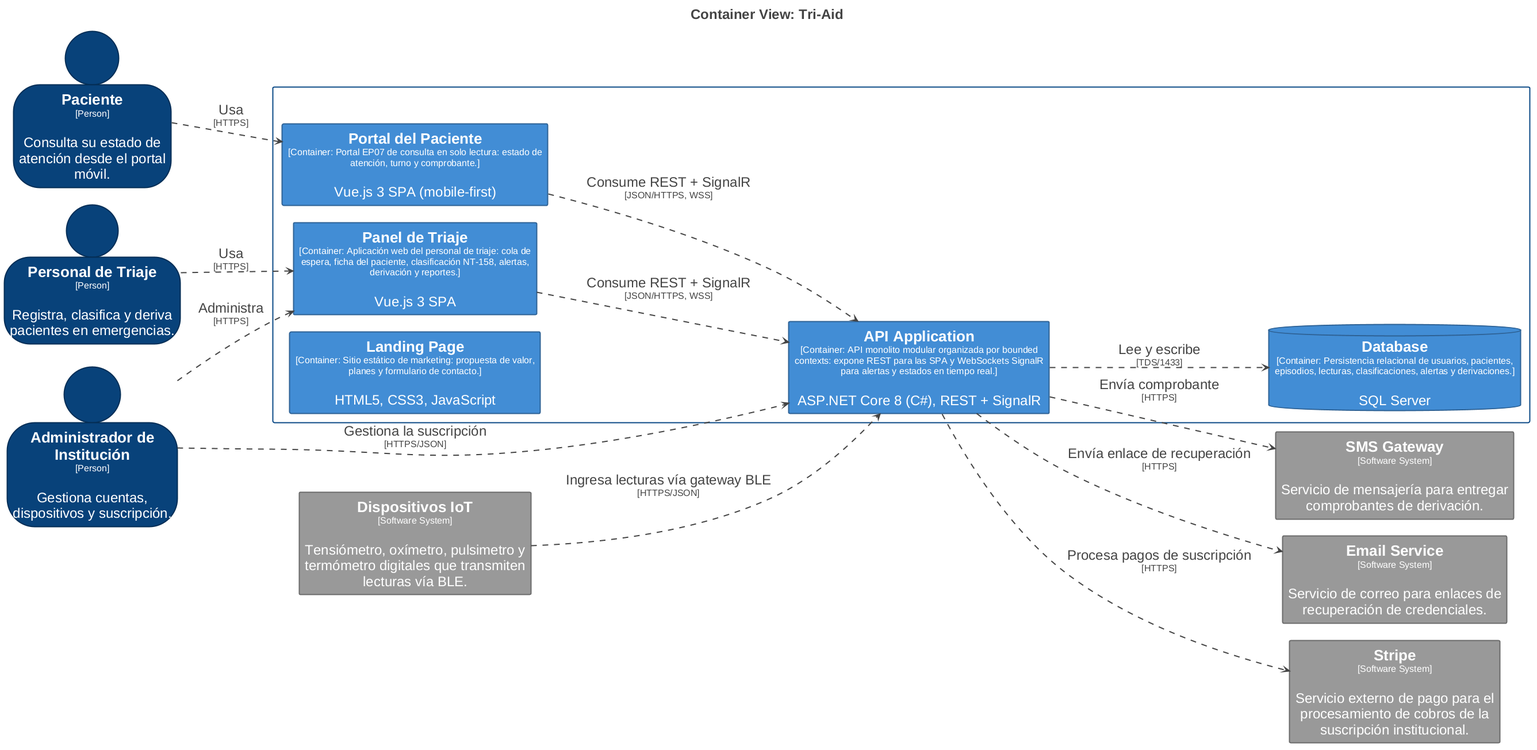
This is report/assets/c4_diagrams/Diagrama_Contenedores_TriAid.png from upc-pre-1ASI0730-2620-8155-SoliDevs/project-report, a PlantUML export, as it was before one commit.
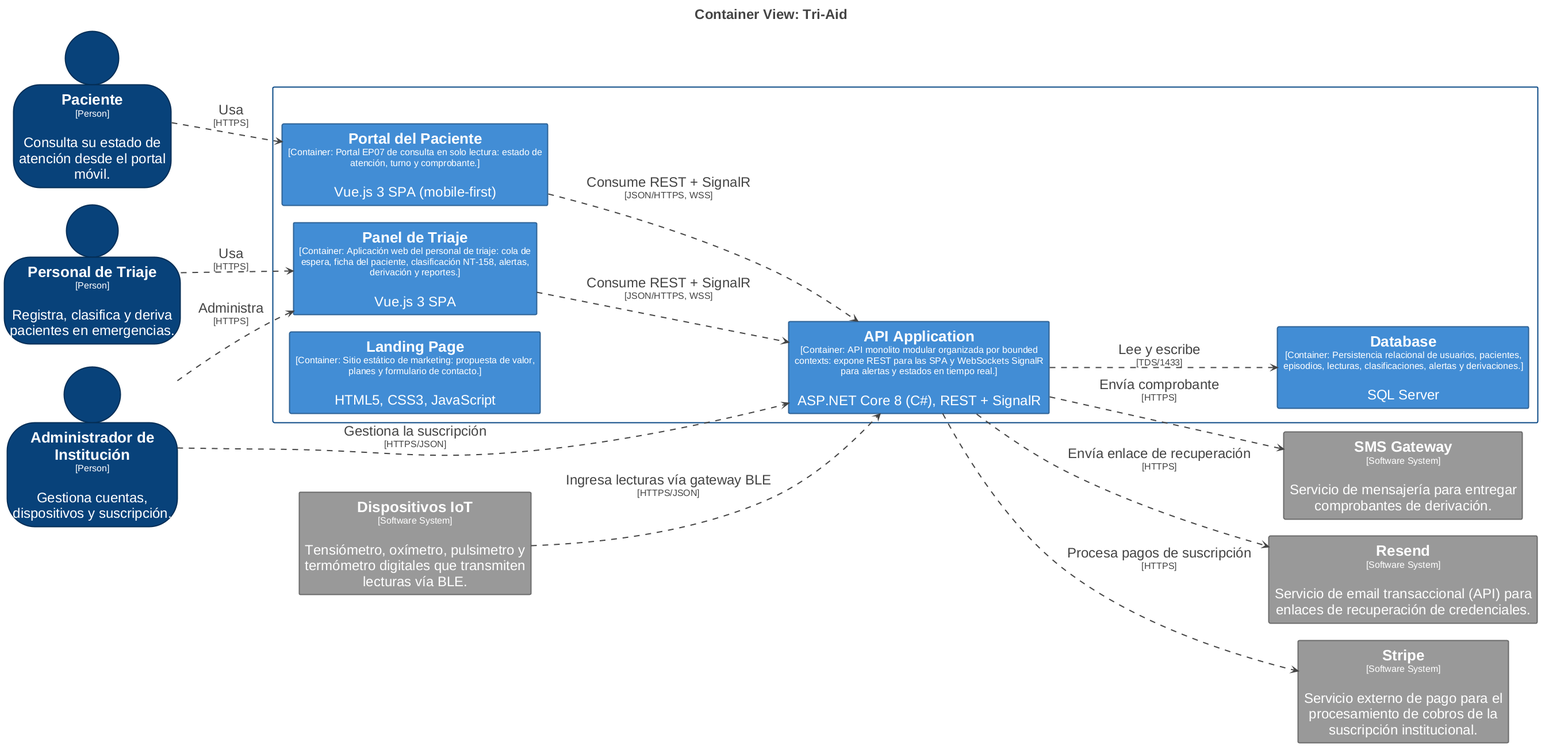
After the commit.

Commit message:
feat(c4): replace generic Email Service with Resend as transactional email provider

Diff of the diagram source:
```diff
@@ -74,14 +74,14 @@
 person "==Administrador de Institución\n<size:16>[Person]</size>\n\nGestiona cuentas, dispositivos y suscripción." <<Element-RWxlbWVudCxQZXJzb24=>> as AdministradordeInstitución
 rectangle "==Dispositivos IoT\n<size:16>[Software System]</size>\n\nTensiómetro, oxímetro, pulsimetro y termómetro digitales que transmiten lecturas vía BLE." <<Element-RWxlbWVudCxTb2Z0d2FyZSBTeXN0ZW0sRXh0ZXJuYWwgU3lzdGVt>> as DispositivosIoT
 rectangle "==SMS Gateway\n<size:16>[Software System]</size>\n\nServicio de mensajería para entregar comprobantes de derivación." <<Element-RWxlbWVudCxTb2Z0d2FyZSBTeXN0ZW0sRXh0ZXJuYWwgU3lzdGVt>> as SMSGateway
-rectangle "==Email Service\n<size:16>[Software System]</size>\n\nServicio de correo para enlaces de recuperación de credenciales." <<Element-RWxlbWVudCxTb2Z0d2FyZSBTeXN0ZW0sRXh0ZXJuYWwgU3lzdGVt>> as EmailService
+rectangle "==Resend\n<size:16>[Software System]</size>\n\nServicio de email transaccional (API) para enlaces de recuperación de credenciales." <<Element-RWxlbWVudCxTb2Z0d2FyZSBTeXN0ZW0sRXh0ZXJuYWwgU3lzdGVt>> as Resend
 rectangle "==Stripe\n<size:16>[Software System]</size>\n\nServicio externo de pago para el procesamiento de cobros de la suscripción institucional." <<Element-RWxlbWVudCxTb2Z0d2FyZSBTeXN0ZW0sRXh0ZXJuYWwgU3lzdGVt>> as Stripe
 
 rectangle "Tri-Aid\n<size:16>[Software System]</size>" <<Boundary-VHJpLUFpZA==>> {
   rectangle "==Landing Page\n<size:16>[Container: Sitio estático de marketing: propuesta de valor, planes y formulario de contacto.]</size>\n\nHTML5, CSS3, JavaScript" <<Element-RWxlbWVudCxDb250YWluZXI=>> as TriAid.LandingPage
   rectangle "==Panel de Triaje\n<size:16>[Container: Aplicación web del personal de triaje: cola de espera, ficha del paciente, clasificación NT-158, alertas, derivación y reportes.]</size>\n\nVue.js 3 SPA" <<Element-RWxlbWVudCxDb250YWluZXI=>> as TriAid.PaneldeTriaje
   rectangle "==Portal del Paciente\n<size:16>[Container: Portal EP07 de consulta en solo lectura: estado de atención, turno y comprobante.]</size>\n\nVue.js 3 SPA (mobile-first)" <<Element-RWxlbWVudCxDb250YWluZXI=>> as TriAid.PortaldelPaciente
-  database "==Database\n<size:16>[Container: Persistencia relacional de usuarios, pacientes, episodios, lecturas, clasificaciones, alertas y derivaciones.]</size>\n\nSQL Server" <<Element-RWxlbWVudCxDb250YWluZXI=>> as TriAid.Database
+  rectangle "==Database\n<size:16>[Container: Persistencia relacional de usuarios, pacientes, episodios, lecturas, clasificaciones, alertas y derivaciones.]</size>\n\nSQL Server" <<Element-RWxlbWVudCxDb250YWluZXI=>> as TriAid.Database
   rectangle "==API Application\n<size:16>[Container: API monolito modular organizada por bounded contexts: expone REST para las SPA y WebSockets SignalR para alertas y estados en tiempo real.]</size>\n\nASP.NET Core 8 (C#), REST + SignalR" <<Element-RWxlbWVudCxDb250YWluZXI=>> as TriAid.APIApplication
 }
 
@@ -95,6 +95,6 @@
 TriAid.APIApplication --> TriAid.Database <<Relationship-UmVsYXRpb25zaGlw>> : "Lee y escribe\n<size:16>[TDS/1433]</size>"
 TriAid.APIApplication --> Stripe <<Relationship-UmVsYXRpb25zaGlw>> : "Procesa pagos de suscripción\n<size:16>[HTTPS]</size>"
 TriAid.APIApplication --> SMSGateway <<Relationship-UmVsYXRpb25zaGlw>> : "Envía comprobante\n<size:16>[HTTPS]</size>"
-TriAid.APIApplication --> EmailService <<Relationship-UmVsYXRpb25zaGlw>> : "Envía enlace de recuperación\n<size:16>[HTTPS]</size>"
+TriAid.APIApplication --> Resend <<Relationship-UmVsYXRpb25zaGlw>> : "Envía enlace de recuperación\n<size:16>[HTTPS]</size>"
 
 @enduml
```
